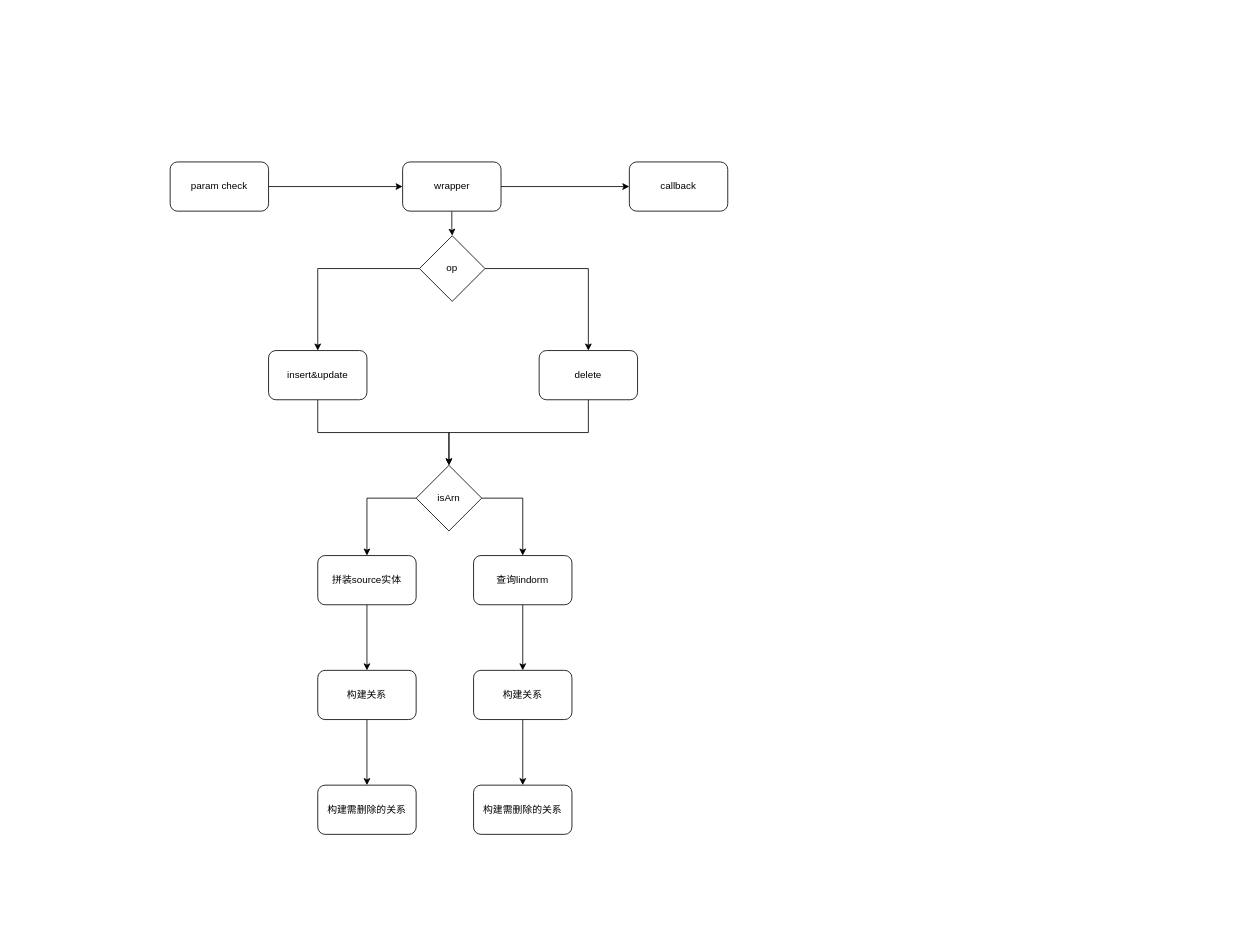
Above: 监控元数据需求数据流程.drawio in frankneu/draw.io (draw.io), before the change. Source tidied: cells renumbered, new cells numbered last; positions are measured from the earlier drawing's top-left corner, leaving out a move shared by most shapes. Both pictures are drawn from the tidied source at 82%, with x=0, y=0 at pixel (170, 162).
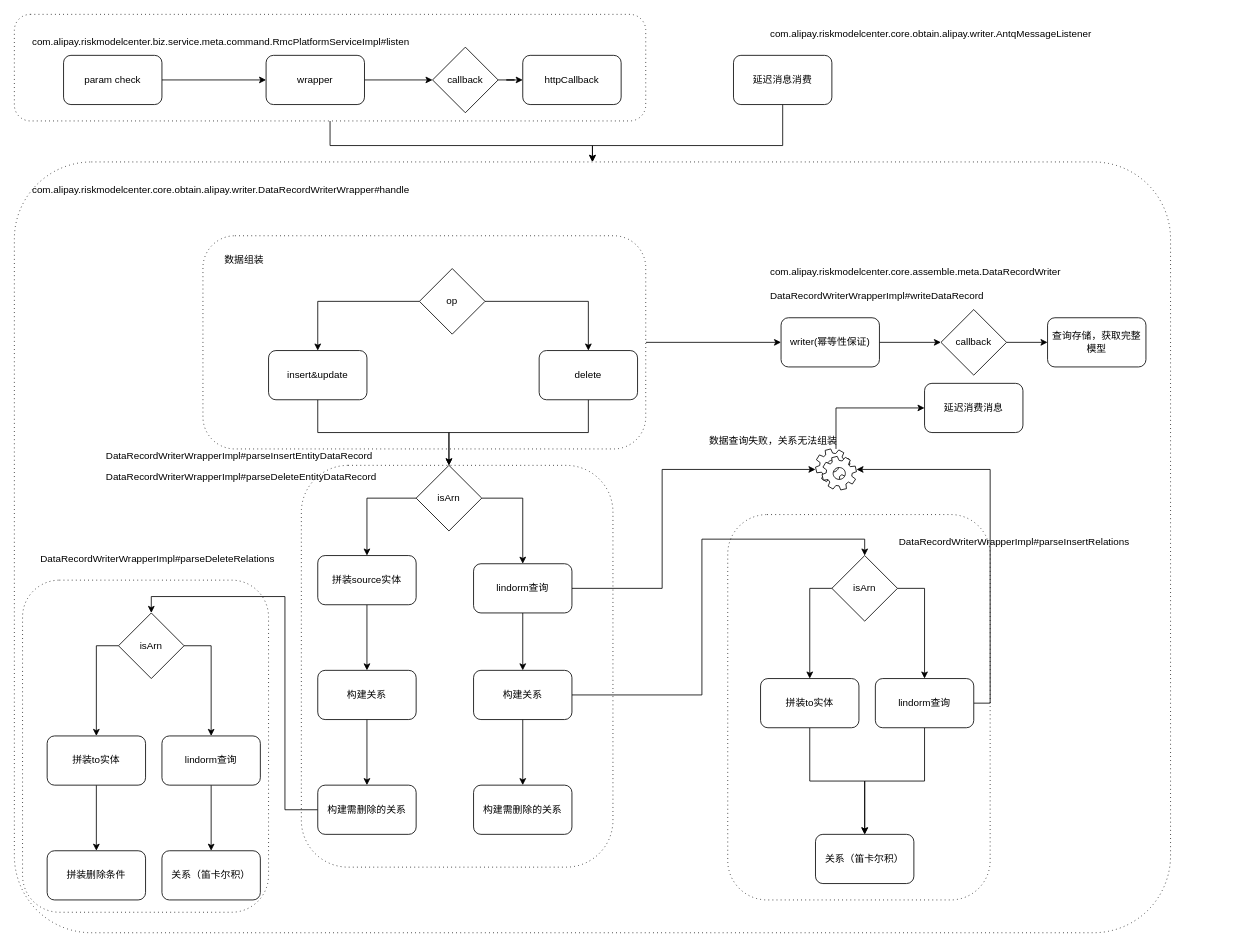
The same diagram, later.

Commit message (it also covers changes not shown here):
Update 监控元数据需求数据流程.drawio

The change refers to these unchanged cells:
```xml
<mxCell id="17" value="isArn" style="rhombus;whiteSpace=wrap;html=1;" parent="1" vertex="1">
  <mxGeometry x="300" y="370" width="80" height="80" as="geometry" />
</mxCell>
<mxCell id="22" value="构建需删除的关系" style="rounded=1;whiteSpace=wrap;html=1;" parent="1" vertex="1">
  <mxGeometry x="180" y="760" width="120" height="60" as="geometry" />
</mxCell>
<mxCell id="26" value="构建关系" style="rounded=1;whiteSpace=wrap;html=1;" parent="1" vertex="1">
  <mxGeometry x="370" y="620" width="120" height="60" as="geometry" />
</mxCell>
```

The edit, as a diff of the source:
```diff
@@
+    <mxCell id="28" style="shape=ext;rounded=1;html=1;whiteSpace=wrap;dashed=1;dashPattern=1 4;arcSize=10;" parent="1" vertex="1">
+      <mxGeometry x="-190" width="1410" height="940" as="geometry" />
+    </mxCell>
+    <mxCell id="29" style="shape=ext;rounded=1;html=1;whiteSpace=wrap;dashed=1;dashPattern=1 4;" parent="1" vertex="1">
+      <mxGeometry x="-180" y="510" width="300" height="405" as="geometry" />
+    </mxCell>
+    <mxCell id="30" style="shape=ext;rounded=1;html=1;whiteSpace=wrap;dashed=1;dashPattern=1 4;" parent="1" vertex="1">
+      <mxGeometry x="680" y="430" width="320" height="470" as="geometry" />
+    </mxCell>
+    <mxCell id="31" style="shape=ext;rounded=1;html=1;whiteSpace=wrap;dashed=1;dashPattern=1 4;" parent="1" vertex="1">
+      <mxGeometry x="160" y="370" width="380" height="490" as="geometry" />
+    </mxCell>
+    <mxCell id="32" style="edgeStyle=orthogonalEdgeStyle;rounded=0;jettySize=auto;html=1;exitX=1;exitY=0.5;exitDx=0;exitDy=0;entryX=0;entryY=0.5;entryDx=0;entryDy=0;" parent="1" edge="1" source="34" target="66">
+      <mxGeometry relative="1" as="geometry" />
+    </mxCell>
+    <mxCell id="33" style="edgeStyle=orthogonalEdgeStyle;rounded=0;jettySize=auto;html=1;entryX=0;entryY=0.5;entryDx=0;entryDy=0;" parent="1" edge="1" source="61" target="68">
+      <mxGeometry relative="1" as="geometry">
+        <Array as="points">
+          <mxPoint x="812" y="300" />
+        </Array>
+      </mxGeometry>
+    </mxCell>
+    <mxCell id="34" style="shape=ext;rounded=1;html=1;whiteSpace=wrap;dashed=1;dashPattern=1 4;" parent="1" vertex="1">
+      <mxGeometry x="40" y="90" width="540" height="260" as="geometry" />
+    </mxCell>
+    <mxCell id="35" style="edgeStyle=orthogonalEdgeStyle;rounded=0;jettySize=auto;html=1;exitX=0.5;exitY=1;exitDx=0;exitDy=0;entryX=0.5;entryY=0;entryDx=0;entryDy=0;" parent="1" edge="1" source="36" target="28">
+      <mxGeometry relative="1" as="geometry">
+        <Array as="points">
+          <mxPoint x="195" y="-20" />
+          <mxPoint x="515" y="-20" />
+        </Array>
+      </mxGeometry>
+    </mxCell>
+    <mxCell id="36" style="shape=ext;rounded=1;html=1;whiteSpace=wrap;dashed=1;dashPattern=1 4;" parent="1" vertex="1">
+      <mxGeometry x="-190" y="-180" width="770" height="130" as="geometry" />
+    </mxCell>
@@
     <mxCell id="3" value="param check" style="rounded=1;whiteSpace=wrap;html=1;" parent="1" vertex="1">
-      <mxGeometry width="120" height="60" as="geometry" />
+      <mxGeometry x="-130" y="-130" width="120" height="60" as="geometry" />
     </mxCell>
-    <mxCell id="4" style="edgeStyle=orthogonalEdgeStyle;rounded=0;jettySize=auto;html=1;exitX=1;exitY=0.5;exitDx=0;exitDy=0;entryX=0;entryY=0.5;entryDx=0;entryDy=0;" parent="1" edge="1" source="6" target="9">
-      <mxGeometry relative="1" as="geometry" />
-    </mxCell>
-    <mxCell id="5" style="edgeStyle=orthogonalEdgeStyle;rounded=0;jettySize=auto;html=1;" parent="1" edge="1" source="6" target="12">
-      <mxGeometry relative="1" as="geometry" />
-    </mxCell>
+    <mxCell id="37" style="edgeStyle=orthogonalEdgeStyle;rounded=0;jettySize=auto;html=1;" parent="1" edge="1" source="6" target="73">
+      <mxGeometry relative="1" as="geometry" />
+    </mxCell>
     <mxCell id="6" value="wrapper" style="rounded=1;whiteSpace=wrap;html=1;" parent="1" vertex="1">
-      <mxGeometry x="283.5" width="120" height="60" as="geometry" />
+      <mxGeometry x="117" y="-130" width="120" height="60" as="geometry" />
     </mxCell>
@@
-    <mxCell id="9" value="callback" style="rounded=1;whiteSpace=wrap;html=1;" parent="1" vertex="1">
-      <mxGeometry x="560" width="120" height="60" as="geometry" />
+    <mxCell id="9" value="httpCallback" style="rounded=1;whiteSpace=wrap;html=1;" parent="1" vertex="1">
+      <mxGeometry x="430" y="-130" width="120" height="60" as="geometry" />
     </mxCell>
@@
     <mxCell id="12" value="op" style="rhombus;whiteSpace=wrap;html=1;" parent="1" vertex="1">
-      <mxGeometry x="304" y="90" width="80" height="80" as="geometry" />
+      <mxGeometry x="304" y="130" width="80" height="80" as="geometry" />
     </mxCell>
@@
-    <mxCell id="16" style="edgeStyle=orthogonalEdgeStyle;rounded=0;jettySize=auto;html=1;exitX=1;exitY=0.5;exitDx=0;exitDy=0;entryX=0.5;entryY=0;entryDx=0;entryDy=0;" parent="1" edge="1" source="17" target="24">
+    <mxCell id="16" style="edgeStyle=orthogonalEdgeStyle;rounded=0;jettySize=auto;html=1;exitX=1;exitY=0.5;exitDx=0;exitDy=0;entryX=0.5;entryY=0;entryDx=0;entryDy=0;" parent="1" edge="1" source="17" target="45">
       <mxGeometry relative="1" as="geometry" />
     </mxCell>
@@
+    <mxCell id="38" style="edgeStyle=orthogonalEdgeStyle;rounded=0;jettySize=auto;html=1;exitX=0;exitY=0.5;exitDx=0;exitDy=0;entryX=0.5;entryY=0;entryDx=0;entryDy=0;" parent="1" edge="1" source="22" target="54">
+      <mxGeometry relative="1" as="geometry">
+        <Array as="points">
+          <mxPoint x="140" y="790" />
+          <mxPoint x="140" y="530" />
+          <mxPoint x="-23" y="530" />
+        </Array>
+      </mxGeometry>
+    </mxCell>
@@
-    <mxCell id="23" style="edgeStyle=orthogonalEdgeStyle;rounded=0;jettySize=auto;html=1;" parent="1" edge="1" source="24" target="26">
-      <mxGeometry relative="1" as="geometry" />
-    </mxCell>
-    <mxCell id="24" value="查询lindorm" style="rounded=1;whiteSpace=wrap;html=1;" parent="1" vertex="1">
-      <mxGeometry x="370" y="480" width="120" height="60" as="geometry" />
-    </mxCell>
@@
+    <mxCell id="39" style="edgeStyle=orthogonalEdgeStyle;rounded=0;jettySize=auto;html=1;exitX=1;exitY=0.5;exitDx=0;exitDy=0;entryX=0.5;entryY=0;entryDx=0;entryDy=0;" parent="1" edge="1" source="26" target="42">
+      <mxGeometry relative="1" as="geometry" />
+    </mxCell>
@@
+    <mxCell id="40" style="edgeStyle=orthogonalEdgeStyle;rounded=0;jettySize=auto;html=1;exitX=0;exitY=0.5;exitDx=0;exitDy=0;entryX=0.5;entryY=0;entryDx=0;entryDy=0;" parent="1" edge="1" source="42" target="47">
+      <mxGeometry relative="1" as="geometry" />
+    </mxCell>
+    <mxCell id="41" style="edgeStyle=orthogonalEdgeStyle;rounded=0;jettySize=auto;html=1;exitX=1;exitY=0.5;exitDx=0;exitDy=0;entryX=0.5;entryY=0;entryDx=0;entryDy=0;" parent="1" edge="1" source="42" target="51">
+      <mxGeometry relative="1" as="geometry" />
+    </mxCell>
+    <mxCell id="42" value="isArn" style="rhombus;whiteSpace=wrap;html=1;" parent="1" vertex="1">
+      <mxGeometry x="807" y="480" width="80" height="80" as="geometry" />
+    </mxCell>
+    <mxCell id="43" style="edgeStyle=orthogonalEdgeStyle;rounded=0;jettySize=auto;html=1;exitX=0.5;exitY=1;exitDx=0;exitDy=0;entryX=0.5;entryY=0;entryDx=0;entryDy=0;" parent="1" edge="1" source="45" target="26">
+      <mxGeometry relative="1" as="geometry" />
+    </mxCell>
+    <mxCell id="44" style="edgeStyle=orthogonalEdgeStyle;rounded=0;jettySize=auto;html=1;exitX=1;exitY=0.5;exitDx=0;exitDy=0;" parent="1" edge="1" source="45" target="61">
+      <mxGeometry relative="1" as="geometry">
+        <Array as="points">
+          <mxPoint x="600" y="520" />
+          <mxPoint x="600" y="375" />
+        </Array>
+      </mxGeometry>
+    </mxCell>
+    <mxCell id="45" value="lindorm查询" style="rounded=1;whiteSpace=wrap;html=1;" parent="1" vertex="1">
+      <mxGeometry x="370" y="490" width="120" height="60" as="geometry" />
+    </mxCell>
+    <mxCell id="46" style="edgeStyle=orthogonalEdgeStyle;rounded=0;jettySize=auto;html=1;" parent="1" edge="1" source="47" target="48">
+      <mxGeometry relative="1" as="geometry" />
+    </mxCell>
+    <mxCell id="47" value="拼装to实体" style="rounded=1;whiteSpace=wrap;html=1;" parent="1" vertex="1">
+      <mxGeometry x="720" y="630" width="120" height="60" as="geometry" />
+    </mxCell>
+    <mxCell id="48" value="关系（笛卡尔积）" style="rounded=1;whiteSpace=wrap;html=1;" parent="1" vertex="1">
+      <mxGeometry x="787" y="820" width="120" height="60" as="geometry" />
+    </mxCell>
+    <mxCell id="49" style="edgeStyle=orthogonalEdgeStyle;rounded=0;jettySize=auto;html=1;exitX=0.5;exitY=1;exitDx=0;exitDy=0;entryX=0.5;entryY=0;entryDx=0;entryDy=0;" parent="1" edge="1" source="51" target="48">
+      <mxGeometry relative="1" as="geometry" />
+    </mxCell>
+    <mxCell id="50" style="edgeStyle=orthogonalEdgeStyle;rounded=0;jettySize=auto;html=1;exitX=1;exitY=0.5;exitDx=0;exitDy=0;" parent="1" edge="1" source="51" target="61">
+      <mxGeometry relative="1" as="geometry">
+        <Array as="points">
+          <mxPoint x="1000" y="660" />
+          <mxPoint x="1000" y="375" />
+        </Array>
+      </mxGeometry>
+    </mxCell>
+    <mxCell id="51" value="lindorm查询" style="rounded=1;whiteSpace=wrap;html=1;" parent="1" vertex="1">
+      <mxGeometry x="860" y="630" width="120" height="60" as="geometry" />
+    </mxCell>
+    <mxCell id="52" style="edgeStyle=orthogonalEdgeStyle;rounded=0;jettySize=auto;html=1;exitX=0;exitY=0.5;exitDx=0;exitDy=0;entryX=0.5;entryY=0;entryDx=0;entryDy=0;" parent="1" edge="1" source="54" target="56">
+      <mxGeometry relative="1" as="geometry" />
+    </mxCell>
+    <mxCell id="53" style="edgeStyle=orthogonalEdgeStyle;rounded=0;jettySize=auto;html=1;exitX=1;exitY=0.5;exitDx=0;exitDy=0;entryX=0.5;entryY=0;entryDx=0;entryDy=0;" parent="1" edge="1" source="54" target="60">
+      <mxGeometry relative="1" as="geometry" />
+    </mxCell>
+    <mxCell id="54" value="isArn" style="rhombus;whiteSpace=wrap;html=1;" parent="1" vertex="1">
+      <mxGeometry x="-63" y="550" width="80" height="80" as="geometry" />
+    </mxCell>
+    <mxCell id="55" style="edgeStyle=orthogonalEdgeStyle;rounded=0;jettySize=auto;html=1;" parent="1" edge="1" source="56" target="57">
+      <mxGeometry relative="1" as="geometry" />
+    </mxCell>
+    <mxCell id="56" value="拼装to实体" style="rounded=1;whiteSpace=wrap;html=1;" parent="1" vertex="1">
+      <mxGeometry x="-150" y="700" width="120" height="60" as="geometry" />
+    </mxCell>
+    <mxCell id="57" value="拼装删除条件" style="rounded=1;whiteSpace=wrap;html=1;" parent="1" vertex="1">
+      <mxGeometry x="-150" y="840" width="120" height="60" as="geometry" />
+    </mxCell>
+    <mxCell id="58" value="关系（笛卡尔积）" style="rounded=1;whiteSpace=wrap;html=1;" parent="1" vertex="1">
+      <mxGeometry x="-10" y="840" width="120" height="60" as="geometry" />
+    </mxCell>
+    <mxCell id="59" style="edgeStyle=orthogonalEdgeStyle;rounded=0;jettySize=auto;html=1;exitX=0.5;exitY=1;exitDx=0;exitDy=0;entryX=0.5;entryY=0;entryDx=0;entryDy=0;" parent="1" edge="1" source="60" target="58">
+      <mxGeometry relative="1" as="geometry" />
+    </mxCell>
+    <mxCell id="60" value="lindorm查询" style="rounded=1;whiteSpace=wrap;html=1;" parent="1" vertex="1">
+      <mxGeometry x="-10" y="700" width="120" height="60" as="geometry" />
+    </mxCell>
+    <mxCell id="61" style="shape=mxgraph.bpmn.service_task;html=1;outlineConnect=0;" parent="1" vertex="1">
+      <mxGeometry x="787" y="350" width="50" height="50" as="geometry" />
+    </mxCell>
+    <mxCell id="62" value="数据查询失败，关系无法组装" style="text;html=1;align=center;verticalAlign=middle;" parent="1" vertex="1">
+      <mxGeometry x="650" y="330" width="170" height="20" as="geometry" />
+    </mxCell>
+    <mxCell id="63" value="com.alipay.riskmodelcenter.biz.service.meta.command.RmcPlatformServiceImpl#listen" style="text;html=1;" parent="1" vertex="1">
+      <mxGeometry x="-170" y="-160" width="490" height="30" as="geometry" />
+    </mxCell>
+    <mxCell id="64" value="com.alipay.riskmodelcenter.core.obtain.alipay.writer.DataRecordWriterWrapper#handle" style="text;html=1;" parent="1" vertex="1">
+      <mxGeometry x="-170" y="20" width="490" height="30" as="geometry" />
+    </mxCell>
+    <mxCell id="65" style="edgeStyle=orthogonalEdgeStyle;rounded=0;jettySize=auto;html=1;entryX=0;entryY=0.5;entryDx=0;entryDy=0;" parent="1" edge="1" source="66" target="70">
+      <mxGeometry relative="1" as="geometry" />
+    </mxCell>
+    <mxCell id="66" value="writer(幂等性保证)" style="rounded=1;whiteSpace=wrap;html=1;" parent="1" vertex="1">
+      <mxGeometry x="745" y="190" width="120" height="60" as="geometry" />
+    </mxCell>
+    <mxCell id="67" value="数据组装" style="text;html=1;align=center;verticalAlign=middle;" parent="1" vertex="1">
+      <mxGeometry x="60" y="110" width="60" height="20" as="geometry" />
+    </mxCell>
+    <mxCell id="68" value="延迟消费消息" style="rounded=1;whiteSpace=wrap;html=1;" parent="1" vertex="1">
+      <mxGeometry x="920" y="270" width="120" height="60" as="geometry" />
+    </mxCell>
+    <mxCell id="69" style="edgeStyle=orthogonalEdgeStyle;rounded=0;jettySize=auto;html=1;entryX=0;entryY=0.5;entryDx=0;entryDy=0;" parent="1" edge="1" source="70" target="71">
+      <mxGeometry relative="1" as="geometry" />
+    </mxCell>
+    <mxCell id="70" value="callback" style="rhombus;whiteSpace=wrap;html=1;" parent="1" vertex="1">
+      <mxGeometry x="940" y="180" width="80" height="80" as="geometry" />
+    </mxCell>
+    <mxCell id="71" value="查询存储，获取完整模型" style="rounded=1;whiteSpace=wrap;html=1;" parent="1" vertex="1">
+      <mxGeometry x="1070" y="190" width="120" height="60" as="geometry" />
+    </mxCell>
+    <mxCell id="72" style="edgeStyle=orthogonalEdgeStyle;rounded=0;jettySize=auto;html=1;" parent="1" edge="1" source="73" target="9">
+      <mxGeometry relative="1" as="geometry" />
+    </mxCell>
+    <mxCell id="73" value="callback" style="rhombus;whiteSpace=wrap;html=1;" parent="1" vertex="1">
+      <mxGeometry x="320" y="-140" width="80" height="80" as="geometry" />
+    </mxCell>
+    <mxCell id="74" value="com.alipay.riskmodelcenter.core.obtain.alipay.writer.AntqMessageListener" style="text;html=1;" parent="1" vertex="1">
+      <mxGeometry x="730" y="-170" width="420" height="30" as="geometry" />
+    </mxCell>
+    <mxCell id="75" style="edgeStyle=orthogonalEdgeStyle;rounded=0;jettySize=auto;html=1;exitX=0.5;exitY=1;exitDx=0;exitDy=0;entryX=0.5;entryY=0;entryDx=0;entryDy=0;" parent="1" edge="1" source="76" target="28">
+      <mxGeometry relative="1" as="geometry">
+        <Array as="points">
+          <mxPoint x="747" y="-20" />
+          <mxPoint x="515" y="-20" />
+        </Array>
+      </mxGeometry>
+    </mxCell>
+    <mxCell id="76" value="延迟消息消费" style="rounded=1;whiteSpace=wrap;html=1;" parent="1" vertex="1">
+      <mxGeometry x="687" y="-130" width="120" height="60" as="geometry" />
+    </mxCell>
+    <mxCell id="77" value="DataRecordWriterWrapperImpl#parseInsertEntityDataRecord" style="text;html=1;" parent="1" vertex="1">
+      <mxGeometry x="-80" y="345" width="630" height="30" as="geometry" />
+    </mxCell>
+    <mxCell id="78" value="DataRecordWriterWrapperImpl#parseDeleteEntityDataRecord" style="text;html=1;" parent="1" vertex="1">
+      <mxGeometry x="-80" y="370" width="630" height="30" as="geometry" />
+    </mxCell>
+    <mxCell id="79" value="DataRecordWriterWrapperImpl#parseInsertRelations" style="text;html=1;" parent="1" vertex="1">
+      <mxGeometry x="887" y="450" width="413" height="30" as="geometry" />
+    </mxCell>
+    <mxCell id="80" value="DataRecordWriterWrapperImpl#parseDeleteRelations" style="text;html=1;" parent="1" vertex="1">
+      <mxGeometry x="-160" y="470" width="730" height="30" as="geometry" />
+    </mxCell>
+    <mxCell id="81" value="DataRecordWriterWrapperImpl#writeDataRecord" style="text;html=1;" parent="1" vertex="1">
+      <mxGeometry x="730" y="150" width="560" height="30" as="geometry" />
+    </mxCell>
+    <mxCell id="82" value="com.alipay.riskmodelcenter.core.assemble.meta.DataRecordWriter" style="text;html=1;" parent="1" vertex="1">
+      <mxGeometry x="730" y="120" width="380" height="30" as="geometry" />
+    </mxCell>
```
